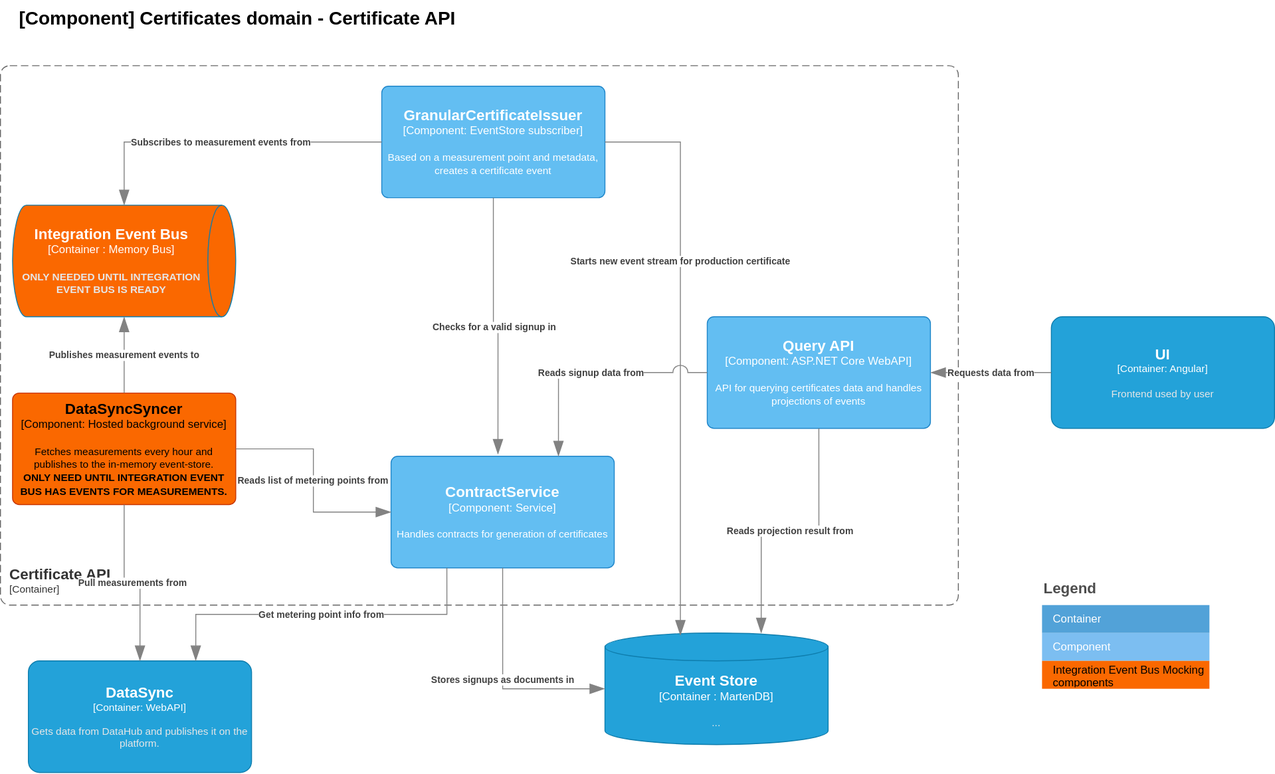
Earlier version of the draw.io export doc/architecture/diagrams/certificates.current.component.certificate.api.drawio.svg (Energinet-DataHub/energy-origin). Source tidied: cells renumbered, new cells last; positions are measured from the earlier drawing's top-left corner, leaving out a move shared by most shapes.
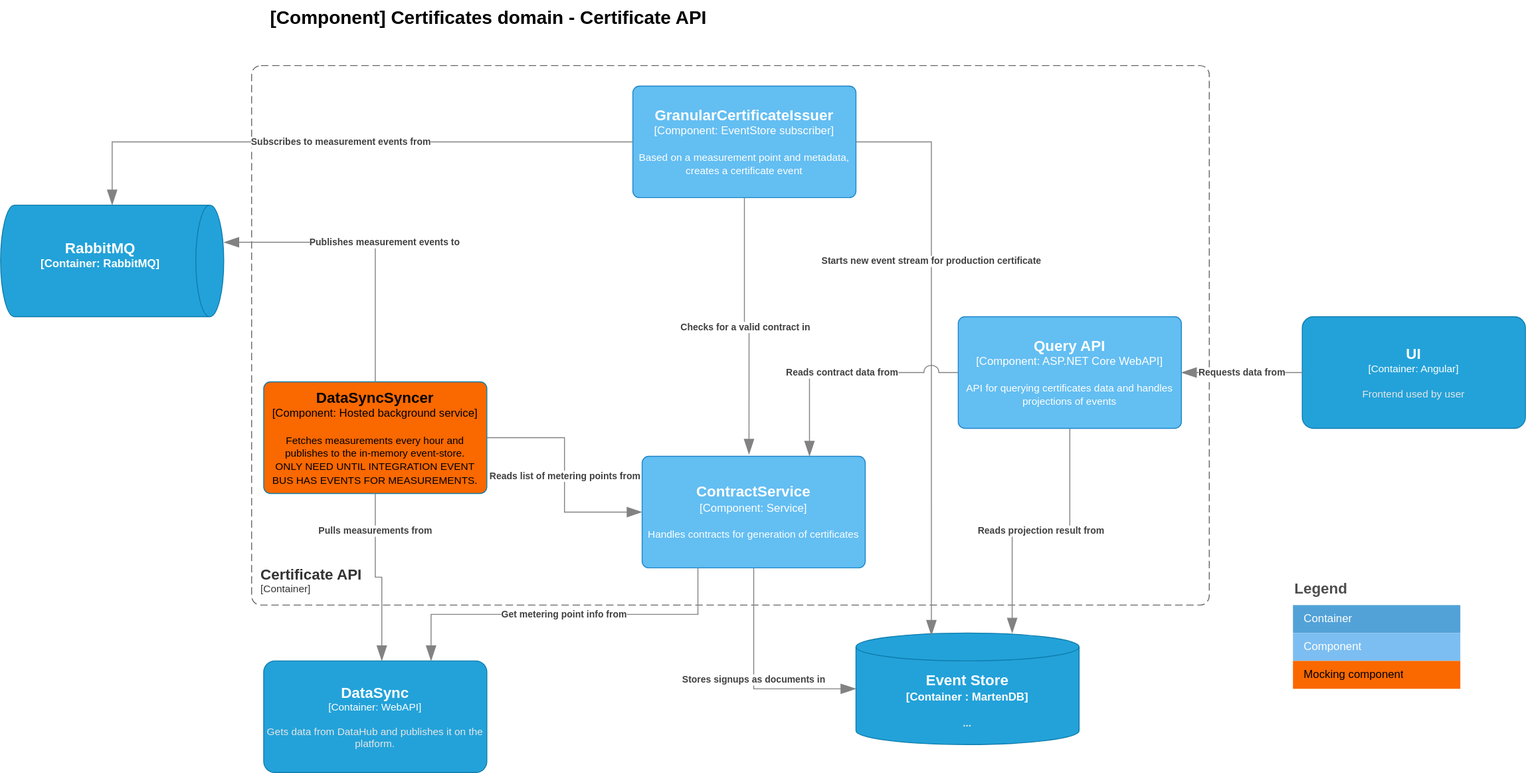
After the change.

What changed in the source:
```diff
@@ -7,9 +7,9 @@
         <mxGeometry y="70" width="1030" height="580" as="geometry" />
       </mxCell>
     </object>
-    <object id="3" label="&lt;font style=&quot;font-size: 16px&quot;&gt;&lt;b&gt;%c4Name%&lt;/b&gt;&lt;/font&gt;&lt;div&gt;[%c4Type%: %c4Technology%]&lt;/div&gt;&lt;br&gt;&lt;div&gt;&lt;font style=&quot;font-size: 11px&quot;&gt;%c4Description%&lt;/font&gt;&lt;/div&gt;" c4Description="Fetches measurements every hour and publishes to the in-memory event-store.&#10;&lt;b&gt;ONLY NEED UNTIL INTEGRATION EVENT BUS HAS EVENTS FOR MEASUREMENTS.&lt;/b&gt;" c4Name="DataSyncSyncer" c4Technology="Hosted background service" c4Type="Component" placeholders="1">
-      <mxCell style="rounded=1;whiteSpace=wrap;html=1;labelBackgroundColor=none;fillColor=#fa6800;align=center;arcSize=6;strokeColor=#C73500;points=[[0.25,0,0],[0.5,0,0],[0.75,0,0],[1,0.25,0],[1,0.5,0],[1,0.75,0],[0.75,1,0],[0.5,1,0],[0.25,1,0],[0,0.75,0],[0,0.5,0],[0,0.25,0]];fontColor=#000000;" parent="1" vertex="1">
-        <mxGeometry x="13" y="422" width="240" height="120" as="geometry" />
+    <object id="3" label="&lt;font style=&quot;font-size: 16px&quot;&gt;&lt;b&gt;%c4Name%&lt;/b&gt;&lt;/font&gt;&lt;div&gt;[%c4Type%: %c4Technology%]&lt;/div&gt;&lt;br&gt;&lt;div&gt;&lt;font style=&quot;font-size: 11px&quot;&gt;%c4Description%&lt;/font&gt;&lt;/div&gt;" c4Description="Fetches measurements every hour and publishes to the in-memory event-store. &#10;ONLY NEED UNTIL INTEGRATION EVENT BUS HAS EVENTS FOR MEASUREMENTS." c4Name="DataSyncSyncer" c4Technology="Hosted background service" c4Type="Component" placeholders="1">
+      <mxCell style="rounded=1;whiteSpace=wrap;html=1;labelBackgroundColor=none;fillColor=#fa6800;align=center;arcSize=6;strokeColor=#0E7DAD;points=[[0.25,0,0],[0.5,0,0],[0.75,0,0],[1,0.25,0],[1,0.5,0],[1,0.75,0],[0.75,1,0],[0.5,1,0],[0.25,1,0],[0,0.75,0],[0,0.5,0],[0,0.25,0]];fontColor=#000000;" parent="1" vertex="1">
+        <mxGeometry x="13" y="410" width="240" height="120" as="geometry" />
       </mxCell>
     </object>
     <object id="4" label="&lt;font style=&quot;font-size: 16px&quot;&gt;&lt;b&gt;%c4Name%&lt;/b&gt;&lt;/font&gt;&lt;div&gt;[%c4Type%: %c4Technology%]&lt;/div&gt;&lt;br&gt;&lt;div&gt;&lt;font style=&quot;font-size: 11px&quot;&gt;%c4Description%&lt;/font&gt;&lt;/div&gt;" c4Description="Based on a measurement point and metadata, creates a certificate event" c4Name="GranularCertificateIssuer" c4Technology="EventStore subscriber" c4Type="Component" placeholders="1">
@@ -42,7 +42,7 @@
         </mxGeometry>
       </mxCell>
     </object>
-    <object id="9" label="&lt;div style=&quot;text-align: left&quot;&gt;&lt;div style=&quot;text-align: center&quot;&gt;&lt;b&gt;%c4Description%&lt;/b&gt;&lt;/div&gt;" c4Description="Checks for a valid signup in" c4Type="Relationship" placeholders="1">
+    <object id="9" label="&lt;div style=&quot;text-align: left&quot;&gt;&lt;div style=&quot;text-align: center&quot;&gt;&lt;b&gt;%c4Description%&lt;/b&gt;&lt;/div&gt;" c4Description="Checks for a valid contract in" c4Type="Relationship" placeholders="1">
       <mxCell style="endArrow=blockThin;html=1;fontSize=10;fontColor=#404040;strokeWidth=1;endFill=1;strokeColor=#828282;elbow=vertical;endSize=14;startSize=14;jumpStyle=arc;jumpSize=16;rounded=0;edgeStyle=orthogonalEdgeStyle;exitX=0.5;exitY=1;exitDx=0;exitDy=0;exitPerimeter=0;entryX=0.479;entryY=-0.017;entryDx=0;entryDy=0;entryPerimeter=0;" parent="1" edge="1" source="4" target="6">
         <mxGeometry relative="1" as="geometry" />
       </mxCell>
@@ -59,19 +59,14 @@
     </object>
     <object id="12" label="&lt;font style=&quot;font-size: 16px&quot;&gt;&lt;b&gt;%c4Name%&lt;/b&gt;&lt;/font&gt;&lt;div&gt;[%c4Type%: %c4Technology%]&lt;/div&gt;&lt;br&gt;&lt;div&gt;&lt;font style=&quot;font-size: 11px&quot;&gt;&lt;font color=&quot;#E6E6E6&quot;&gt;%c4Description%&lt;/font&gt;&lt;/div&gt;" c4Description="Gets data from DataHub and publishes it on the platform." c4Name="DataSync" c4Technology="WebAPI" c4Type="Container" placeholders="1">
       <mxCell style="rounded=1;whiteSpace=wrap;html=1;fontSize=11;labelBackgroundColor=none;fillColor=#23A2D9;fontColor=#ffffff;align=center;arcSize=10;strokeColor=#0E7DAD;points=[[0.25,0,0],[0.5,0,0],[0.75,0,0],[1,0.25,0],[1,0.5,0],[1,0.75,0],[0.75,1,0],[0.5,1,0],[0.25,1,0],[0,0.75,0],[0,0.5,0],[0,0.25,0]];" parent="1" vertex="1">
-        <mxGeometry x="30" y="710" width="240" height="120" as="geometry" />
+        <mxGeometry x="13" y="710" width="240" height="120" as="geometry" />
       </mxCell>
     </object>
-    <object id="13" label="&lt;div style=&quot;text-align: left&quot;&gt;&lt;div style=&quot;text-align: center&quot;&gt;&lt;b&gt;%c4Description%&lt;/b&gt;&lt;/div&gt;" c4Description="Pull measurements from" c4Type="Relationship" placeholders="1">
-      <mxCell style="endArrow=blockThin;html=1;fontSize=10;fontColor=#404040;strokeWidth=1;endFill=1;strokeColor=#828282;elbow=vertical;endSize=14;startSize=14;jumpStyle=arc;jumpSize=16;rounded=0;edgeStyle=orthogonalEdgeStyle;exitX=0.5;exitY=1;exitDx=0;exitDy=0;exitPerimeter=0;entryX=0.5;entryY=0;entryDx=0;entryDy=0;entryPerimeter=0;" parent="1" edge="1" source="3" target="12">
-        <mxGeometry relative="1" as="geometry" />
-      </mxCell>
-    </object>
     <mxCell id="14" value="Legend" style="align=left;fontSize=16;fontStyle=1;strokeColor=none;fillColor=none;fontColor=#4D4D4D;spacingTop=-8;" parent="1" vertex="1">
       <mxGeometry x="1120" y="620" width="180" height="30" as="geometry" />
     </mxCell>
     <mxCell id="15" style="shape=table;html=1;whiteSpace=wrap;startSize=0;fillColor=none;align=left;spacingLeft=10;strokeColor=none;rounded=1;arcSize=11;fontColor=#FFFFFF;" parent="1" vertex="1">
-      <mxGeometry x="1120" y="650" width="180" height="90" as="geometry" />
+      <mxGeometry x="1120" y="650" width="180" height="60" as="geometry" />
     </mxCell>
     <mxCell id="16" value="Container" style="shape=partialRectangle;html=1;whiteSpace=wrap;fillColor=#52A2D8;top=0;left=0;bottom=0;right=0;overflow=hidden;align=left;spacingLeft=10;fontColor=#FFFFFF;strokeColor=#2086C9;" parent="15" vertex="1">
       <mxGeometry width="180" height="30" as="geometry" />
@@ -79,9 +74,6 @@
     <mxCell id="17" value="Component" style="shape=partialRectangle;html=1;whiteSpace=wrap;fillColor=#7CBEF1;top=0;left=0;bottom=0;right=0;overflow=hidden;align=left;spacingLeft=10;fontColor=#FFFFFF;strokeColor=#2086C9;" parent="15" vertex="1">
       <mxGeometry y="30" width="180" height="30" as="geometry" />
     </mxCell>
-    <mxCell id="18" value="&lt;span style=&quot;color: rgb(0 , 0 , 0)&quot;&gt;Integration Event Bus Mocking components&lt;/span&gt;" style="shape=partialRectangle;html=1;whiteSpace=wrap;fillColor=#fa6800;top=0;left=0;bottom=0;right=0;overflow=hidden;align=left;spacingLeft=10;fontColor=#000000;strokeColor=#C73500;" parent="15" vertex="1">
-      <mxGeometry y="60" width="180" height="30" as="geometry" />
-    </mxCell>
     <object id="19" label="&lt;font style=&quot;font-size: 16px&quot;&gt;&lt;b&gt;%c4Name%&lt;/b&gt;&lt;/font&gt;&lt;div&gt;[%c4Type%: %c4Technology%]&lt;/div&gt;&lt;br&gt;&lt;div&gt;&lt;font style=&quot;font-size: 11px&quot;&gt;%c4Description%&lt;/font&gt;&lt;/div&gt;" c4Description="API for querying certificates data and handles projections of events" c4Name="Query API" c4Technology="ASP.NET Core WebAPI" c4Type="Component" placeholders="1">
       <mxCell style="rounded=1;whiteSpace=wrap;html=1;labelBackgroundColor=none;fillColor=#63BEF2;fontColor=#ffffff;align=center;arcSize=6;strokeColor=#2086C9;points=[[0.25,0,0],[0.5,0,0],[0.75,0,0],[1,0.25,0],[1,0.5,0],[1,0.75,0],[0.75,1,0],[0.5,1,0],[0.25,1,0],[0,0.75,0],[0,0.5,0],[0,0.25,0]];" parent="1" vertex="1">
         <mxGeometry x="760" y="340" width="240" height="120" as="geometry" />
@@ -102,9 +94,9 @@
         <mxGeometry relative="1" as="geometry" />
       </mxCell>
     </object>
-    <object id="23" label="&lt;font style=&quot;font-size: 16px&quot;&gt;&lt;b&gt;%c4Type%&lt;/font&gt;&lt;div&gt;[%c4Container%:&amp;nbsp;%c4Technology%]&lt;/div&gt;&lt;br&gt;&lt;div&gt;&lt;font style=&quot;font-size: 11px&quot;&gt;&lt;font color=&quot;#E6E6E6&quot;&gt;%c4Description%&lt;/font&gt;&lt;/div&gt;" c4Container="Container " c4Description="&lt;b&gt;ONLY NEEDED UNTIL INTEGRATION EVENT BUS IS READY&lt;/b&gt;" c4Technology="Memory Bus" c4Type="Integration Event Bus" placeholders="1">
-      <mxCell style="shape=cylinder3;size=15;direction=south;whiteSpace=wrap;html=1;boundedLbl=1;rounded=0;labelBackgroundColor=none;fillColor=#FA6800;fontSize=12;fontColor=#ffffff;align=center;strokeColor=#0E7DAD;points=[[0.5,0,0],[1,0.25,0],[1,0.5,0],[1,0.75,0],[0.5,1,0],[0,0.75,0],[0,0.5,0],[0,0.25,0]];" parent="1" vertex="1">
-        <mxGeometry x="13" y="220" width="240" height="120" as="geometry" />
+    <object id="23" label="&lt;font style=&quot;font-size: 16px&quot;&gt;&lt;b&gt;%c4Type%&lt;/font&gt;&lt;div&gt;[%c4Container%:&amp;nbsp;%c4Technology%]&lt;/div&gt;&lt;br&gt;&lt;div&gt;&lt;font style=&quot;font-size: 11px&quot;&gt;&lt;font color=&quot;#E6E6E6&quot;&gt;%c4Description%&lt;/font&gt;&lt;/div&gt;" c4Container="Container" c4Description="" c4Technology="RabbitMQ" c4Type="RabbitMQ" placeholders="1">
+      <mxCell style="shape=cylinder3;size=15;direction=south;whiteSpace=wrap;html=1;boundedLbl=1;rounded=0;labelBackgroundColor=none;fillColor=#23A2D9;fontSize=12;fontColor=#ffffff;align=center;strokeColor=#0E7DAD;points=[[0.5,0,0],[1,0.25,0],[1,0.5,0],[1,0.75,0],[0.5,1,0],[0,0.75,0],[0,0.5,0],[0,0.25,0]];" parent="1" vertex="1">
+        <mxGeometry x="-270" y="220" width="240" height="120" as="geometry" />
       </mxCell>
     </object>
     <object id="24" label="&lt;div style=&quot;text-align: left&quot;&gt;&lt;div style=&quot;text-align: center&quot;&gt;&lt;b&gt;%c4Description%&lt;/b&gt;&lt;/div&gt;" c4Description="Starts new event stream for production certificate" c4Type="Relationship" placeholders="1">
@@ -117,7 +109,7 @@
         <mxGeometry relative="1" as="geometry" />
       </mxCell>
     </object>
-    <object id="26" label="&lt;div style=&quot;text-align: left&quot;&gt;&lt;div style=&quot;text-align: center&quot;&gt;&lt;b&gt;%c4Description%&lt;/b&gt;&lt;/div&gt;" c4Description="Reads signup data from" c4Type="Relationship" placeholders="1">
+    <object id="26" label="&lt;div style=&quot;text-align: left&quot;&gt;&lt;div style=&quot;text-align: center&quot;&gt;&lt;b&gt;%c4Description%&lt;/b&gt;&lt;/div&gt;" c4Description="Reads contract data from" c4Type="Relationship" placeholders="1">
       <mxCell style="endArrow=blockThin;html=1;fontSize=10;fontColor=#404040;strokeWidth=1;endFill=1;strokeColor=#828282;elbow=vertical;endSize=14;startSize=14;jumpStyle=arc;jumpSize=16;rounded=0;edgeStyle=orthogonalEdgeStyle;exitX=0;exitY=0.5;exitDx=0;exitDy=0;exitPerimeter=0;entryX=0.75;entryY=0;entryDx=0;entryDy=0;entryPerimeter=0;" parent="1" edge="1" source="19" target="6">
         <mxGeometry relative="1" as="geometry" />
       </mxCell>
@@ -127,5 +119,18 @@
         <mxGeometry relative="1" as="geometry" />
       </mxCell>
     </object>
+    <mxCell id="28" style="shape=table;html=1;whiteSpace=wrap;startSize=0;fillColor=none;align=left;spacingLeft=10;strokeColor=none;rounded=1;arcSize=11;fontColor=#FFFFFF;" parent="1" vertex="1">
+      <mxGeometry x="1120" y="710" width="180" height="30" as="geometry" />
+    </mxCell>
+    <mxCell id="29" value="Mocking component" style="shape=partialRectangle;html=1;whiteSpace=wrap;fillColor=#FA6800;top=0;left=0;bottom=0;right=0;overflow=hidden;align=left;spacingLeft=10;fontColor=#000000;strokeColor=#2086C9;" parent="28" vertex="1">
+      <mxGeometry width="180" height="30" as="geometry" />
+    </mxCell>
+    <object id="13" label="&lt;div style=&quot;text-align: left&quot;&gt;&lt;div style=&quot;text-align: center&quot;&gt;&lt;b&gt;%c4Description%&lt;/b&gt;&lt;/div&gt;" c4Description="Pulls measurements from" c4Type="Relationship" placeholders="1">
+      <mxCell style="endArrow=blockThin;html=1;fontSize=10;fontColor=#404040;strokeWidth=1;endFill=1;strokeColor=#828282;elbow=vertical;endSize=14;startSize=14;jumpStyle=arc;jumpSize=16;rounded=0;edgeStyle=orthogonalEdgeStyle;exitX=0.5;exitY=1;exitDx=0;exitDy=0;exitPerimeter=0;" parent="1" edge="1" source="3">
+        <mxGeometry x="-0.58" relative="1" as="geometry">
+          <mxPoint x="140" y="710" as="targetPoint" />
+        </mxGeometry>
+      </mxCell>
+    </object>
   </root>
 </mxGraphModel>
```
